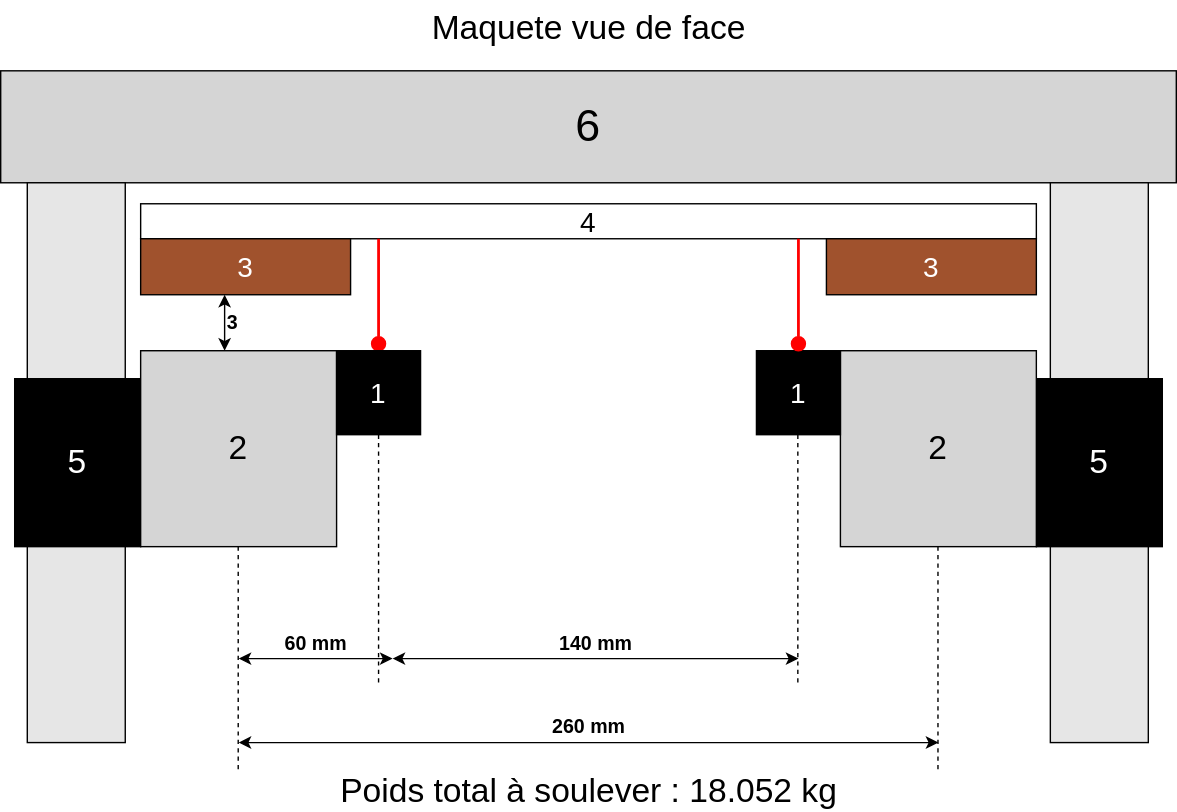
Earlier version of the draw.io export assets/Chap2/MaquetteTaille.svg (ulucinar-can/template-tb). Source tidied: cells renumbered, new cells last; positions are measured from the earlier drawing's top-left corner, leaving out a move shared by most shapes.
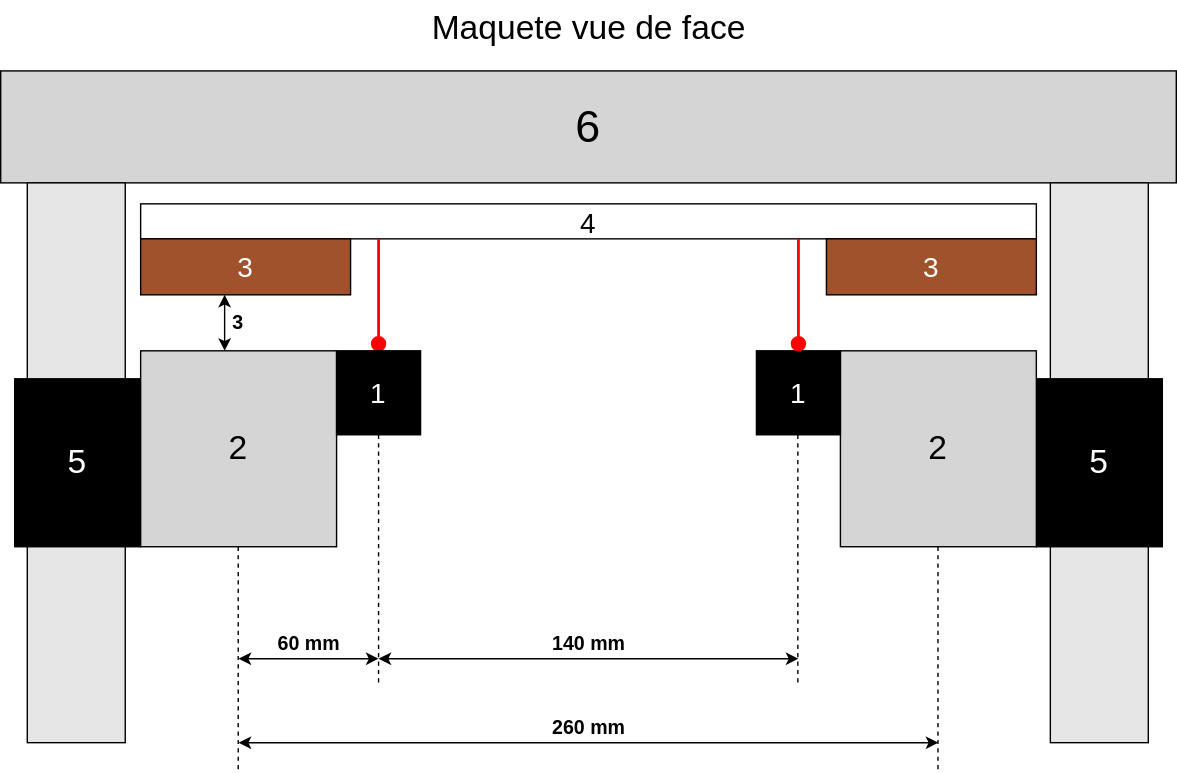
After the change.

Commit message:
Ajout d'une photo de la mesure du poids

The edit, as a diff of the source:
```diff
@@ -32,7 +32,7 @@
     <mxCell id="11" value="3" style="rounded=0;whiteSpace=wrap;html=1;fillColor=#A0522D;strokeColor=#000000;fontSize=20;fontColor=#FFFFFF;" parent="1" vertex="1">
       <mxGeometry x="590" y="170" width="150" height="40" as="geometry" />
     </mxCell>
-    <mxCell id="12" value="&lt;b&gt;3&lt;/b&gt;" style="endArrow=classic;startArrow=classic;html=1;strokeColor=#000000;labelBackgroundColor=none;verticalAlign=middle;labelPosition=right;align=left;fontSize=14;" parent="1" edge="1">
+    <mxCell id="12" value="&lt;b&gt;&lt;font style=&quot;color: rgb(0, 0, 0);&quot;&gt;&amp;nbsp;3&lt;/font&gt;&lt;/b&gt;" style="endArrow=classic;startArrow=classic;html=1;strokeColor=#000000;labelBackgroundColor=none;verticalAlign=middle;labelPosition=right;align=left;fontSize=14;" parent="1" edge="1">
       <mxGeometry relative="1" as="geometry">
         <mxPoint x="160" y="210" as="sourcePoint" />
         <mxPoint x="160" y="250" as="targetPoint" />
@@ -41,7 +41,7 @@
     <mxCell id="13" value="&lt;b&gt;60 mm&lt;/b&gt;" style="endArrow=classic;startArrow=classic;html=1;strokeColor=#000000;labelBackgroundColor=none;verticalAlign=bottom;fontSize=14;" parent="1" edge="1">
       <mxGeometry relative="1" as="geometry">
         <mxPoint x="170" y="470" as="sourcePoint" />
-        <mxPoint x="280" y="470" as="targetPoint" />
+        <mxPoint x="270" y="470" as="targetPoint" />
       </mxGeometry>
     </mxCell>
     <mxCell id="14" style="endArrow=none;dashed=1;html=1;strokeColor=#000000;" parent="1" edge="1">
@@ -58,7 +58,7 @@
     </mxCell>
     <mxCell id="16" value="&lt;b&gt;140 mm&lt;/b&gt;" style="endArrow=classic;startArrow=classic;html=1;strokeColor=#000000;labelBackgroundColor=none;verticalAlign=bottom;fontSize=14;" parent="1" edge="1">
       <mxGeometry relative="1" as="geometry">
-        <mxPoint x="280" y="470" as="sourcePoint" />
+        <mxPoint x="270" y="470" as="sourcePoint" />
         <mxPoint x="570" y="470" as="targetPoint" />
       </mxGeometry>
     </mxCell>
@@ -80,9 +80,6 @@
         <mxPoint x="670" y="530" as="targetPoint" />
       </mxGeometry>
     </mxCell>
-    <mxCell id="20" value="Poids total à soulever : 18.052 kg" style="text;html=1;whiteSpace=wrap;strokeColor=none;fillColor=none;align=center;verticalAlign=middle;rounded=0;fontSize=24;" parent="1" vertex="1">
-      <mxGeometry x="203.8" y="550" width="432.5" height="30" as="geometry" />
-    </mxCell>
     <mxCell id="21" style="group;" parent="1" vertex="1">
       <mxGeometry x="240" y="170" width="60" height="140" as="geometry" />
     </mxCell>
```
